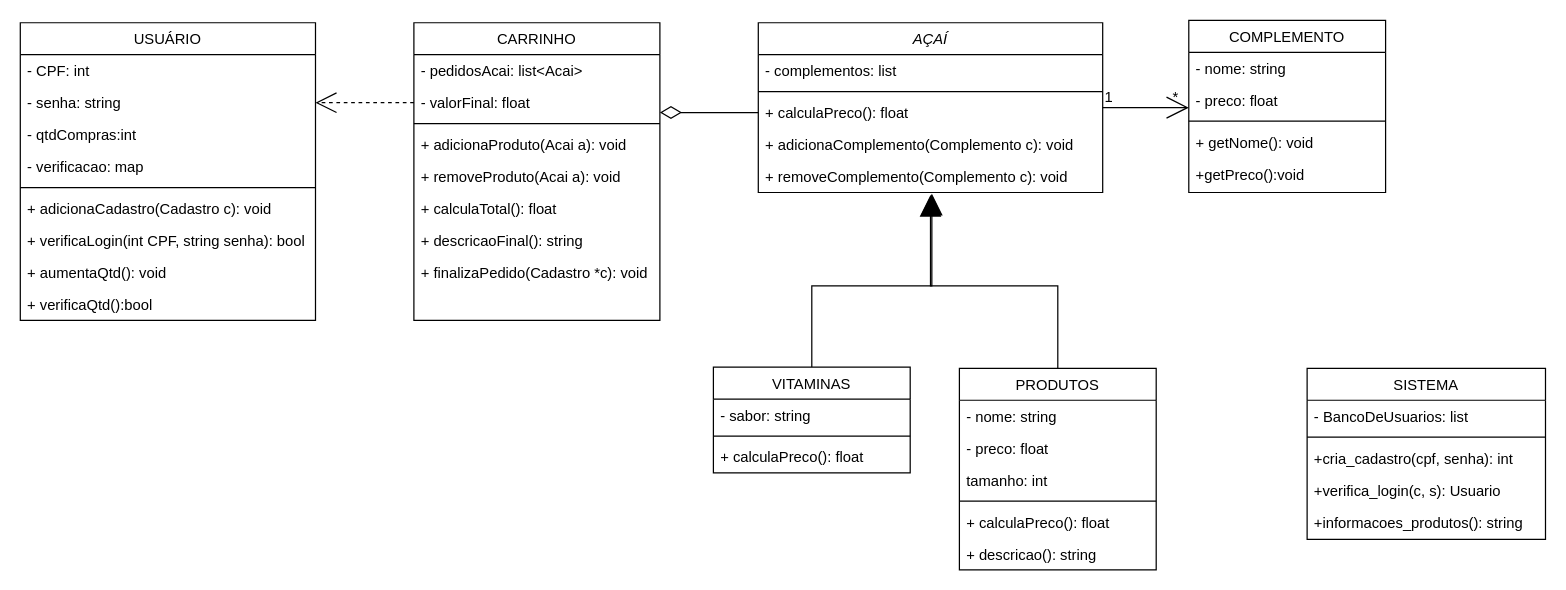
The draw.io diagram DiagramaDeClasses.drawio in leticiaacs/TPFinal, before the edit. Source tidied: cells renumbered, new cells numbered last; positions are measured from the earlier drawing's top-left corner, leaving out a move shared by most shapes. Both pictures are drawn from the tidied source at 123%, with x=0, y=0 at pixel (20, 20).
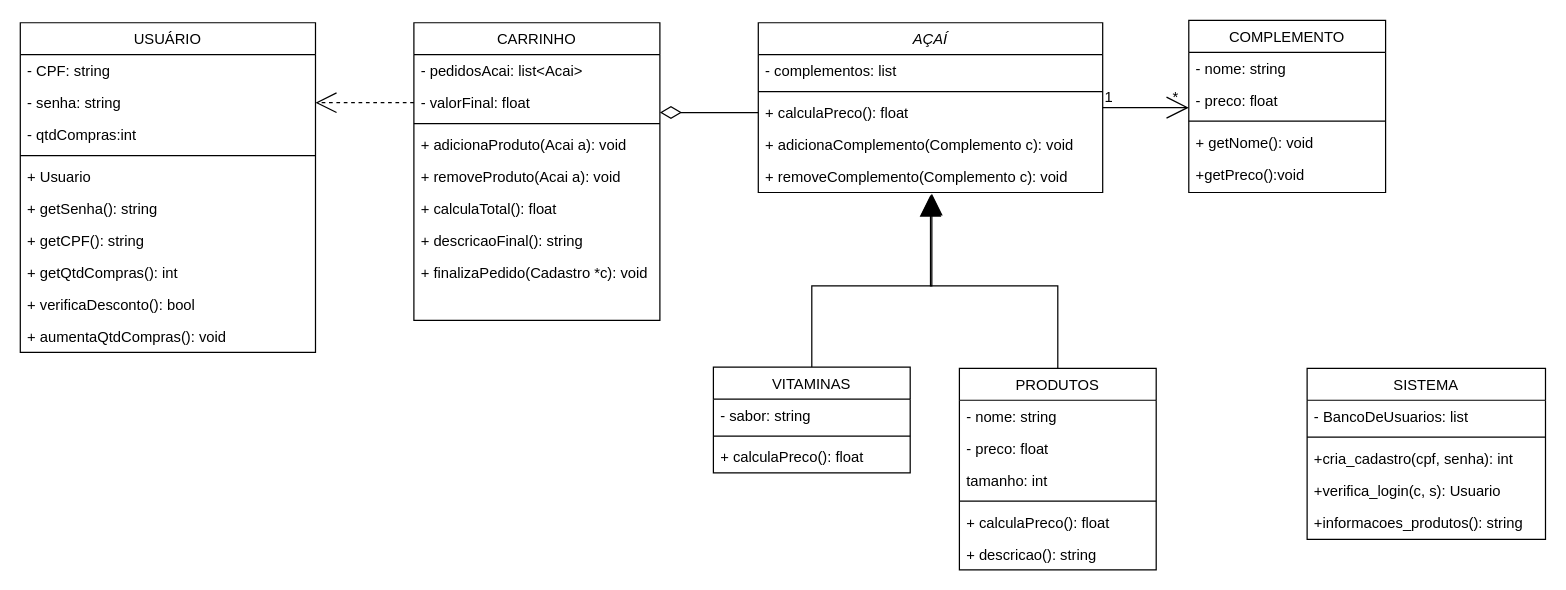
After the change.

Commit message:
correcoes na classe usuario

The edit, as a diff of the source:
```diff
@@
     <mxCell id="17" value="USUÁRIO" style="swimlane;fontStyle=0;align=center;verticalAlign=top;horizontal=1;startSize=26;rounded=0;shadow=0;strokeWidth=1;" parent="1" vertex="1">
-      <mxGeometry y="2" width="240" height="242" as="geometry" />
+      <mxGeometry y="2" width="240" height="268" as="geometry" />
     </mxCell>
-    <mxCell id="18" value="- CPF: int" style="text;align=left;verticalAlign=top;spacingLeft=4;spacingRight=4;overflow=hidden;" parent="17" vertex="1">
+    <mxCell id="18" value="- CPF: string" style="text;align=left;verticalAlign=top;spacingLeft=4;spacingRight=4;overflow=hidden;" parent="17" vertex="1">
       <mxGeometry y="26" width="240" height="26" as="geometry" />
     </mxCell>
@@
-    <mxCell id="21" value="- verificacao: map" style="text;align=left;verticalAlign=top;spacingLeft=4;spacingRight=4;overflow=hidden;rounded=0;shadow=0;html=0;" parent="17" vertex="1">
-      <mxGeometry y="104" width="240" height="26" as="geometry" />
-    </mxCell>
     <mxCell id="22" style="line;html=1;strokeWidth=1;align=left;verticalAlign=middle;spacingTop=-1;spacingLeft=3;spacingRight=3;labelPosition=right;" parent="17" vertex="1">
-      <mxGeometry y="130" width="240" height="8" as="geometry" />
+      <mxGeometry y="104" width="240" height="8" as="geometry" />
     </mxCell>
-    <mxCell id="23" value="+ adicionaCadastro(Cadastro c): void" style="text;align=left;verticalAlign=top;spacingLeft=4;spacingRight=4;overflow=hidden;" parent="17" vertex="1">
-      <mxGeometry y="138" width="240" height="26" as="geometry" />
+    <mxCell id="23" value="+ Usuario" style="text;align=left;verticalAlign=top;spacingLeft=4;spacingRight=4;overflow=hidden;" parent="17" vertex="1">
+      <mxGeometry y="112" width="240" height="26" as="geometry" />
     </mxCell>
-    <mxCell id="24" value="+ verificaLogin(int CPF, string senha): bool" style="text;align=left;verticalAlign=top;spacingLeft=4;spacingRight=4;overflow=hidden;rounded=0;shadow=0;html=0;" parent="17" vertex="1">
-      <mxGeometry y="164" width="240" height="26" as="geometry" />
+    <mxCell id="24" value="+ getSenha(): string" style="text;align=left;verticalAlign=top;spacingLeft=4;spacingRight=4;overflow=hidden;rounded=0;shadow=0;html=0;" parent="17" vertex="1">
+      <mxGeometry y="138" width="240" height="26" as="geometry" />
     </mxCell>
-    <mxCell id="25" value="+ aumentaQtd(): void" style="text;align=left;verticalAlign=top;spacingLeft=4;spacingRight=4;overflow=hidden;rounded=0;shadow=0;html=0;" parent="17" vertex="1">
-      <mxGeometry y="190" width="240" height="26" as="geometry" />
+    <mxCell id="25" value="+ getCPF(): string" style="text;align=left;verticalAlign=top;spacingLeft=4;spacingRight=4;overflow=hidden;rounded=0;shadow=0;html=0;" parent="17" vertex="1">
+      <mxGeometry y="164" width="240" height="26" as="geometry" />
     </mxCell>
+    <mxCell id="57" value="+ getQtdCompras(): int" style="text;align=left;verticalAlign=top;spacingLeft=4;spacingRight=4;overflow=hidden;rounded=0;shadow=0;html=0;" parent="17" vertex="1">
+      <mxGeometry y="190" width="240" height="26" as="geometry" />
+    </mxCell>
+    <mxCell id="58" value="+ verificaDesconto(): bool&#10;" style="text;align=left;verticalAlign=top;spacingLeft=4;spacingRight=4;overflow=hidden;rounded=0;shadow=0;html=0;" parent="17" vertex="1">
+      <mxGeometry y="216" width="240" height="26" as="geometry" />
+    </mxCell>
-    <mxCell id="26" value="+ verificaQtd():bool" style="text;align=left;verticalAlign=top;spacingLeft=4;spacingRight=4;overflow=hidden;rounded=0;shadow=0;html=0;" parent="17" vertex="1">
-      <mxGeometry y="216" width="240" height="26" as="geometry" />
+    <mxCell id="26" value="+ aumentaQtdCompras(): void&#10;" style="text;align=left;verticalAlign=top;spacingLeft=4;spacingRight=4;overflow=hidden;rounded=0;shadow=0;html=0;" parent="17" vertex="1">
+      <mxGeometry y="242" width="240" height="26" as="geometry" />
     </mxCell>
```
